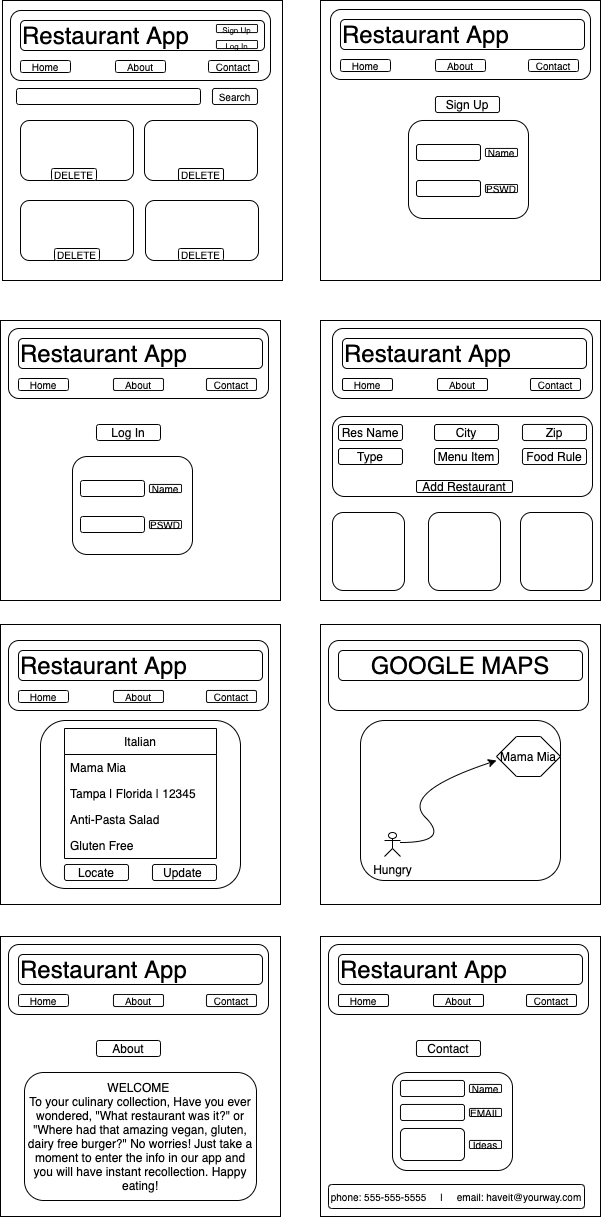
Earlier version of the draw.io export Untitled Diagram.png (Ntsaiab/my-restuarants). Source tidied: cells renumbered, new cells last; positions are measured from the earlier drawing's top-left corner, leaving out a move shared by most shapes.
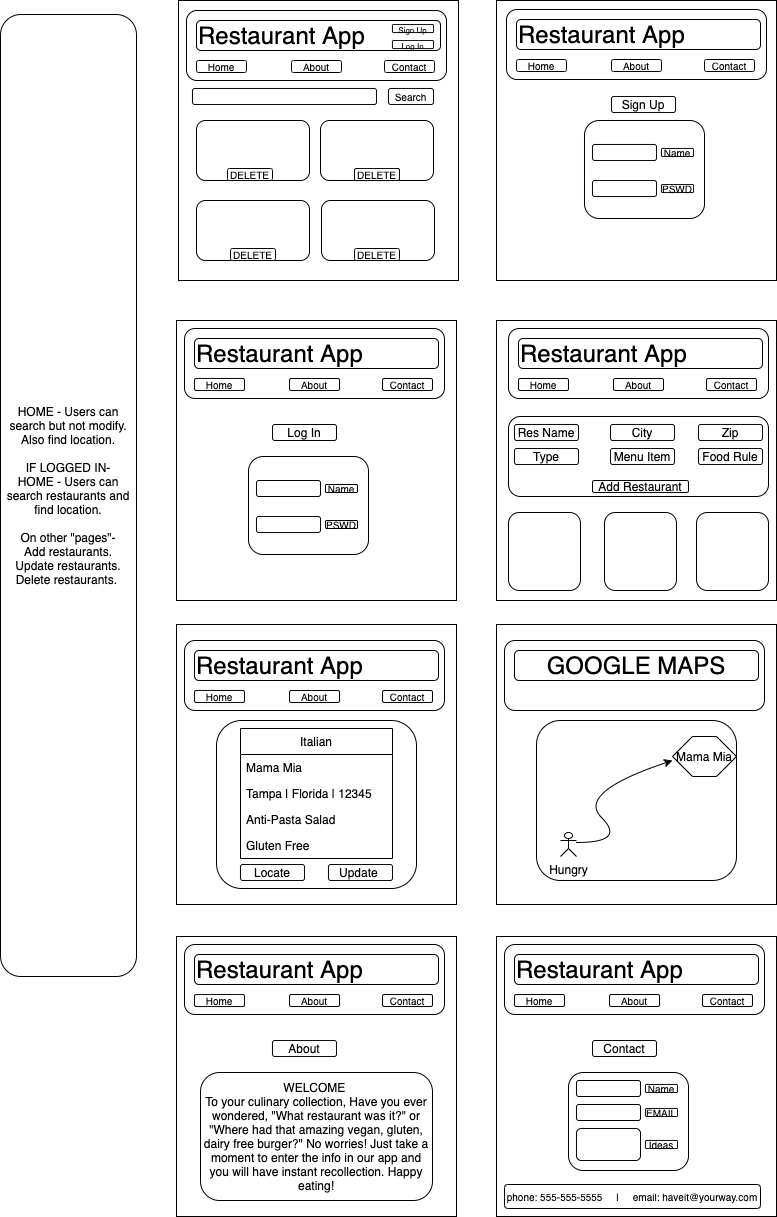
Above is the later version.

What changed in the source:
```diff
@@ -341,5 +341,8 @@
     <mxCell id="112" value="&lt;font style=&quot;font-size: 10px&quot;&gt;phone: 555-555-5555&amp;nbsp; &amp;nbsp; &amp;nbsp;|&amp;nbsp; &amp;nbsp; &amp;nbsp;email: haveit@yourway.com&lt;/font&gt;" style="rounded=1;whiteSpace=wrap;html=1;align=center;" parent="1" vertex="1">
       <mxGeometry x="328" y="1184" width="256" height="24" as="geometry" />
     </mxCell>
+    <mxCell id="113" value="HOME - Users can search but not modify.&lt;br&gt;Also find location.&lt;br&gt;&lt;br&gt;IF LOGGED IN-&lt;br&gt;HOME - Users can search restaurants and find location.&lt;br&gt;&lt;br&gt;On other &quot;pages&quot;-&lt;br&gt;Add restaurants.&lt;br&gt;Update restaurants.&lt;br&gt;Delete restaurants.&amp;nbsp;" style="rounded=1;whiteSpace=wrap;html=1;" parent="1" vertex="1">
+      <mxGeometry x="-176" y="14" width="136" height="962" as="geometry" />
+    </mxCell>
   </root>
 </mxGraphModel>
```
